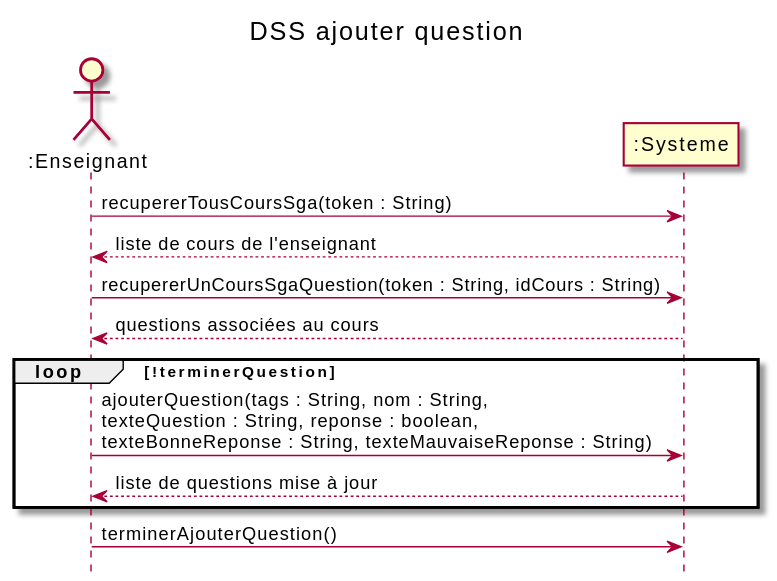
This is out/docs/Ajouter question/DSS_Ajouter_Question/DSS_Ajouter_Question.svg from nerdz88/SGA-TS, a PlantUML export, as it was before one commit.
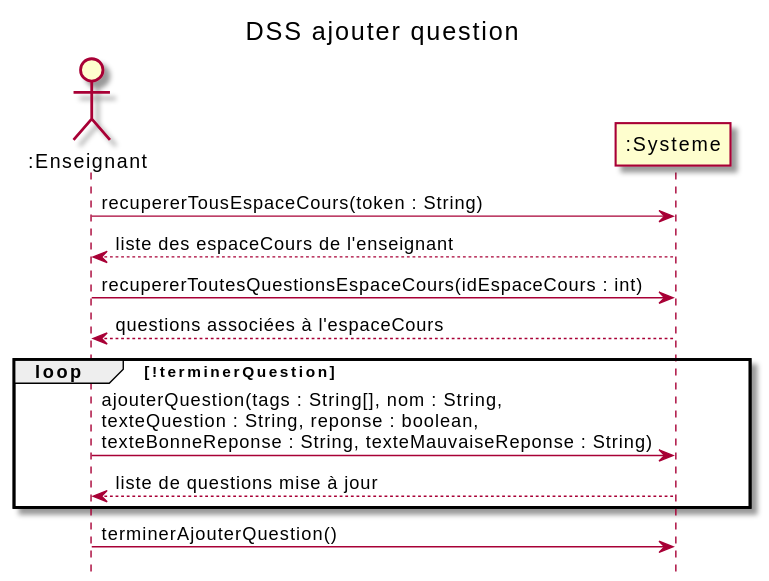
Later version of the same file.

Diff of the diagram source:
```diff
@@ -4,13 +4,13 @@
 actor ":Enseignant" as professeur
 participant ":Systeme" as systeme
 
-professeur ->  systeme : recupererTousCoursSga(token : String)
-professeur <-- systeme : liste de cours de l'enseignant
-professeur -> systeme : recupererUnCoursSgaQuestion(token : String, idCours : String)
-professeur <-- systeme : questions associées au cours
+professeur ->  systeme : recupererTousEspaceCours(token : String)
+professeur <-- systeme : liste des espaceCours de l'enseignant
+professeur -> systeme : recupererToutesQuestionsEspaceCours(idEspaceCours : int)
+professeur <-- systeme : questions associées à l'espaceCours
 
 loop !terminerQuestion
-professeur -> systeme : ajouterQuestion(tags : String, nom : String, \ntexteQuestion : String, reponse : boolean,\ntexteBonneReponse : String, texteMauvaiseReponse : String)
+professeur -> systeme : ajouterQuestion(tags : String[], nom : String, \ntexteQuestion : String, reponse : boolean,\ntexteBonneReponse : String, texteMauvaiseReponse : String)
 systeme --> professeur : liste de questions mise à jour
 end
 professeur -> systeme : terminerAjouterQuestion()
```
